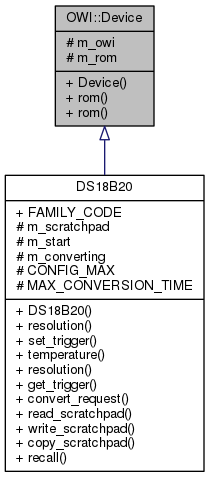
mikaelpatel/mikaelpatel.github.io keeps this Graphviz diagram as Arduino-OWI/d7/db8/classOWI_1_1Device__inherit__graph.png. Above is the earlier version. Its source is kept beside it as Arduino-OWI/d7/db8/classOWI_1_1Device__inherit__graph.dot.
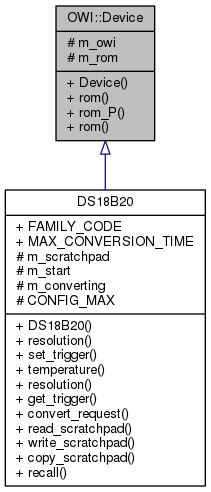
The same file after the commit.

The edit, as a diff of the source:
```diff
@@ -2,7 +2,7 @@
 {
   edge [fontname="Helvetica",fontsize="10",labelfontname="Helvetica",labelfontsize="10"];
   node [fontname="Helvetica",fontsize="10",shape=record];
-  Node1 [label="{OWI::Device\n|# m_owi\l# m_rom\l|+ Device()\l+ rom()\l+ rom()\l}",height=0.2,width=0.4,color="black", fillcolor="grey75", style="filled", fontcolor="black"];
+  Node1 [label="{OWI::Device\n|# m_owi\l# m_rom\l|+ Device()\l+ rom()\l+ rom_P()\l+ rom()\l}",height=0.2,width=0.4,color="black", fillcolor="grey75", style="filled", fontcolor="black"];
   Node1 -> Node2 [dir="back",color="midnightblue",fontsize="10",style="solid",arrowtail="onormal",fontname="Helvetica"];
-  Node2 [label="{DS18B20\n|+ FAMILY_CODE\l# m_scratchpad\l# m_start\l# m_converting\l# CONFIG_MAX\l# MAX_CONVERSION_TIME\l|+ DS18B20()\l+ resolution()\l+ set_trigger()\l+ temperature()\l+ resolution()\l+ get_trigger()\l+ convert_request()\l+ read_scratchpad()\l+ write_scratchpad()\l+ copy_scratchpad()\l+ recall()\l}",height=0.2,width=0.4,color="black", fillcolor="white", style="filled",URL="$da/dc6/classDS18B20.html"];
+  Node2 [label="{DS18B20\n|+ FAMILY_CODE\l+ MAX_CONVERSION_TIME\l# m_scratchpad\l# m_start\l# m_converting\l# CONFIG_MAX\l|+ DS18B20()\l+ resolution()\l+ set_trigger()\l+ temperature()\l+ resolution()\l+ get_trigger()\l+ convert_request()\l+ read_scratchpad()\l+ write_scratchpad()\l+ copy_scratchpad()\l+ recall()\l}",height=0.2,width=0.4,color="black", fillcolor="white", style="filled",URL="$da/dc6/classDS18B20.html"];
 }
```
